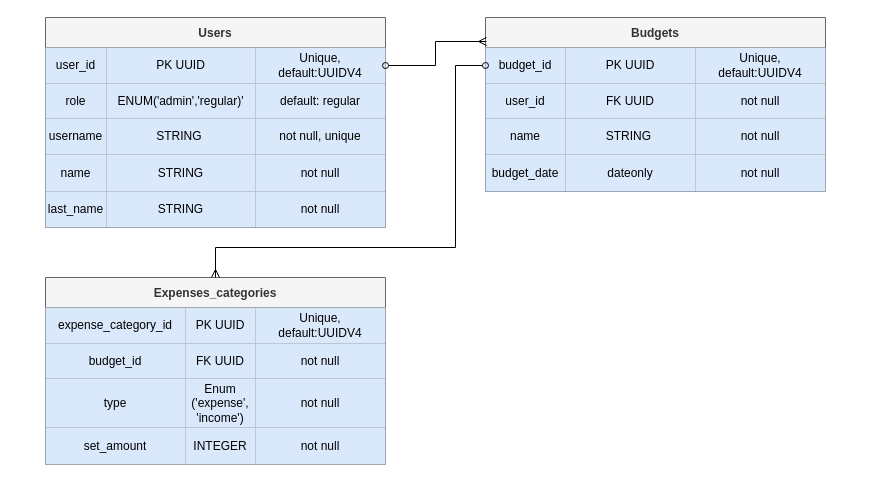
MgARL/the_budget_guru keeps this draw.io diagram as the_budger_guru_models.drawio. Above is the earlier version. Source tidied: cells renumbered, new cells numbered last; positions are measured from the earlier drawing's top-left corner, leaving out a move shared by most shapes. Both pictures are drawn from the tidied source at 100%, with x=0, y=0 at pixel (45, 17).
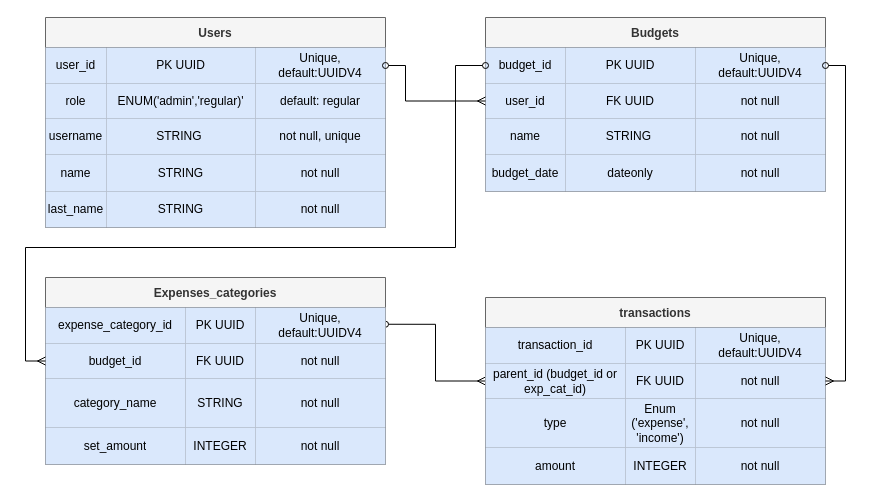
Above is the later version.

Commit message:
all 4 models diagrams

The change refers to these unchanged cells:
```xml
<mxCell id="3" style="shape=tableRow;horizontal=0;startSize=0;swimlaneHead=0;swimlaneBody=0;top=0;left=0;bottom=0;right=0;fillColor=none;points=[[0,0.5],[1,0.5]];portConstraint=eastwest;" parent="2" vertex="1">
  <mxGeometry y="30" width="340" height="36" as="geometry" />
</mxCell>
<mxCell id="23" value="Budgets" style="shape=table;startSize=30;childLayout=tableLayout;fontStyle=1;align=center;fillColor=#f5f5f5;fontColor=#333333;strokeColor=#666666;" parent="1" vertex="1">
  <mxGeometry x="440" width="340" height="174" as="geometry" />
</mxCell>
<mxCell id="24" style="shape=tableRow;horizontal=0;startSize=0;swimlaneHead=0;swimlaneBody=0;top=0;left=0;bottom=0;right=0;fillColor=none;points=[[0,0.5],[1,0.5]];portConstraint=eastwest;" parent="23" vertex="1">
  <mxGeometry y="30" width="340" height="36" as="geometry" />
</mxCell>
<mxCell id="28" style="shape=tableRow;horizontal=0;startSize=0;swimlaneHead=0;swimlaneBody=0;top=0;left=0;bottom=0;right=0;fillColor=none;points=[[0,0.5],[1,0.5]];portConstraint=eastwest;" parent="23" vertex="1">
  <mxGeometry y="66" width="340" height="35" as="geometry" />
</mxCell>
<mxCell id="41" value="Expenses_categories" style="shape=table;startSize=30;childLayout=tableLayout;fontStyle=1;align=center;fillColor=#f5f5f5;fontColor=#333333;strokeColor=#666666;" parent="1" vertex="1">
  <mxGeometry y="260" width="340" height="187" as="geometry" />
</mxCell>
<mxCell id="46" style="shape=tableRow;horizontal=0;startSize=0;swimlaneHead=0;swimlaneBody=0;top=0;left=0;bottom=0;right=0;fillColor=none;points=[[0,0.5],[1,0.5]];portConstraint=eastwest;" parent="41" vertex="1">
  <mxGeometry y="66" width="340" height="35" as="geometry" />
</mxCell>
<mxCell id="50" style="shape=tableRow;horizontal=0;startSize=0;swimlaneHead=0;swimlaneBody=0;top=0;left=0;bottom=0;right=0;fillColor=none;" parent="41" vertex="1">
  <mxGeometry y="101" width="340" height="49" as="geometry" />
</mxCell>
```

The edit, as a diff of the source:
```diff
@@
-    <mxCell id="40" style="edgeStyle=orthogonalEdgeStyle;rounded=0;jettySize=auto;html=1;entryX=0.003;entryY=0.138;entryDx=0;entryDy=0;entryPerimeter=0;startArrow=oval;startFill=0;endArrow=ERmany;endFill=0;" parent="1" edge="1" source="3" target="23">
-      <mxGeometry relative="1" as="geometry" />
+    <mxCell id="40" style="edgeStyle=orthogonalEdgeStyle;rounded=0;jettySize=auto;html=1;entryX=0;entryY=0.5;entryDx=0;entryDy=0;startArrow=oval;startFill=0;endArrow=ERmany;endFill=0;" parent="1" edge="1" source="3" target="28">
+      <mxGeometry relative="1" as="geometry">
+        <Array as="points">
+          <mxPoint x="360" y="48" />
+          <mxPoint x="360" y="84" />
+        </Array>
+      </mxGeometry>
     </mxCell>
+    <mxCell id="59" style="edgeStyle=orthogonalEdgeStyle;rounded=0;jettySize=auto;html=1;exitX=1;exitY=0.25;exitDx=0;exitDy=0;entryX=0;entryY=0.5;entryDx=0;entryDy=0;startArrow=oval;startFill=0;endArrow=ERmany;endFill=0;" parent="1" edge="1" source="41" target="65">
+      <mxGeometry relative="1" as="geometry" />
+    </mxCell>
@@
-    <mxCell id="51" value="type" style="shape=partialRectangle;html=1;whiteSpace=wrap;fillColor=#dae8fc;top=0;left=0;bottom=0;right=0;overflow=hidden;strokeColor=#6c8ebf;" parent="50" vertex="1">
+    <mxCell id="51" value="category_name" style="shape=partialRectangle;html=1;whiteSpace=wrap;fillColor=#dae8fc;top=0;left=0;bottom=0;right=0;overflow=hidden;strokeColor=#6c8ebf;" parent="50" vertex="1">
       <mxGeometry width="140" height="49" as="geometry" />
     </mxCell>
-    <mxCell id="52" value="Enum ('expense', 'income')" style="shape=partialRectangle;html=1;whiteSpace=wrap;fillColor=#dae8fc;top=0;left=0;bottom=0;right=0;overflow=hidden;strokeColor=#6c8ebf;" parent="50" vertex="1">
+    <mxCell id="52" value="STRING" style="shape=partialRectangle;html=1;whiteSpace=wrap;fillColor=#dae8fc;top=0;left=0;bottom=0;right=0;overflow=hidden;strokeColor=#6c8ebf;" parent="50" vertex="1">
       <mxGeometry x="140" width="70" height="49" as="geometry" />
     </mxCell>
@@
-    <mxCell id="58" style="edgeStyle=orthogonalEdgeStyle;rounded=0;jettySize=auto;html=1;startArrow=oval;startFill=0;endArrow=ERmany;endFill=0;" parent="1" edge="1" source="24" target="41">
+    <mxCell id="58" style="edgeStyle=orthogonalEdgeStyle;rounded=0;jettySize=auto;html=1;startArrow=oval;startFill=0;endArrow=ERmany;endFill=0;entryX=0;entryY=0.5;entryDx=0;entryDy=0;" parent="1" edge="1" source="24" target="46">
       <mxGeometry relative="1" as="geometry">
         <Array as="points">
           <mxPoint x="410" y="48" />
           <mxPoint x="410" y="230" />
-          <mxPoint x="170" y="230" />
+          <mxPoint x="-20" y="230" />
+          <mxPoint x="-20" y="344" />
         </Array>
       </mxGeometry>
     </mxCell>
+    <mxCell id="60" value="transactions" style="shape=table;startSize=30;childLayout=tableLayout;fontStyle=1;align=center;fillColor=#f5f5f5;fontColor=#333333;strokeColor=#666666;" parent="1" vertex="1">
+      <mxGeometry x="440" y="280" width="340" height="187" as="geometry" />
+    </mxCell>
+    <mxCell id="61" style="shape=tableRow;horizontal=0;startSize=0;swimlaneHead=0;swimlaneBody=0;top=0;left=0;bottom=0;right=0;fillColor=none;" parent="60" vertex="1">
+      <mxGeometry y="30" width="340" height="36" as="geometry" />
+    </mxCell>
+    <mxCell id="62" value="transaction_id" style="shape=partialRectangle;html=1;whiteSpace=wrap;fillColor=#dae8fc;top=0;left=0;bottom=0;right=0;overflow=hidden;strokeColor=#6c8ebf;" parent="61" vertex="1">
+      <mxGeometry width="140" height="36" as="geometry" />
+    </mxCell>
+    <mxCell id="63" value="PK UUID" style="shape=partialRectangle;html=1;whiteSpace=wrap;fillColor=#dae8fc;top=0;left=0;bottom=0;right=0;overflow=hidden;strokeColor=#6c8ebf;" parent="61" vertex="1">
+      <mxGeometry x="140" width="70" height="36" as="geometry" />
+    </mxCell>
+    <mxCell id="64" value="Unique, default:UUIDV4" style="shape=partialRectangle;html=1;whiteSpace=wrap;fillColor=#dae8fc;top=0;left=0;bottom=0;right=0;overflow=hidden;strokeColor=#6c8ebf;" parent="61" vertex="1">
+      <mxGeometry x="210" width="130" height="36" as="geometry" />
+    </mxCell>
+    <mxCell id="65" style="shape=tableRow;horizontal=0;startSize=0;swimlaneHead=0;swimlaneBody=0;top=0;left=0;bottom=0;right=0;fillColor=none;points=[[0,0.5],[1,0.5]];portConstraint=eastwest;" parent="60" vertex="1">
+      <mxGeometry y="66" width="340" height="35" as="geometry" />
+    </mxCell>
+    <mxCell id="66" value="&lt;div&gt;parent_id (budget_id or exp_cat_id)&lt;br&gt;&lt;/div&gt;" style="shape=partialRectangle;html=1;whiteSpace=wrap;fillColor=#dae8fc;top=0;left=0;bottom=0;right=0;overflow=hidden;strokeColor=#6c8ebf;" parent="65" vertex="1">
+      <mxGeometry width="140" height="35" as="geometry" />
+    </mxCell>
+    <mxCell id="67" value="FK UUID" style="shape=partialRectangle;html=1;whiteSpace=wrap;fillColor=#dae8fc;top=0;left=0;bottom=0;right=0;overflow=hidden;strokeColor=#6c8ebf;" parent="65" vertex="1">
+      <mxGeometry x="140" width="70" height="35" as="geometry" />
+    </mxCell>
+    <mxCell id="68" value="not null" style="shape=partialRectangle;html=1;whiteSpace=wrap;fillColor=#dae8fc;top=0;left=0;bottom=0;right=0;overflow=hidden;strokeColor=#6c8ebf;" parent="65" vertex="1">
+      <mxGeometry x="210" width="130" height="35" as="geometry" />
+    </mxCell>
+    <mxCell id="69" style="shape=tableRow;horizontal=0;startSize=0;swimlaneHead=0;swimlaneBody=0;top=0;left=0;bottom=0;right=0;fillColor=none;" parent="60" vertex="1">
+      <mxGeometry y="101" width="340" height="49" as="geometry" />
+    </mxCell>
+    <mxCell id="70" value="type" style="shape=partialRectangle;html=1;whiteSpace=wrap;fillColor=#dae8fc;top=0;left=0;bottom=0;right=0;overflow=hidden;strokeColor=#6c8ebf;" parent="69" vertex="1">
+      <mxGeometry width="140" height="49" as="geometry" />
+    </mxCell>
+    <mxCell id="71" value="Enum ('expense', 'income')" style="shape=partialRectangle;html=1;whiteSpace=wrap;fillColor=#dae8fc;top=0;left=0;bottom=0;right=0;overflow=hidden;strokeColor=#6c8ebf;" parent="69" vertex="1">
+      <mxGeometry x="140" width="70" height="49" as="geometry" />
+    </mxCell>
+    <mxCell id="72" value="not null" style="shape=partialRectangle;html=1;whiteSpace=wrap;fillColor=#dae8fc;top=0;left=0;bottom=0;right=0;overflow=hidden;strokeColor=#6c8ebf;" parent="69" vertex="1">
+      <mxGeometry x="210" width="130" height="49" as="geometry" />
+    </mxCell>
+    <mxCell id="73" style="shape=tableRow;horizontal=0;startSize=0;swimlaneHead=0;swimlaneBody=0;top=0;left=0;bottom=0;right=0;fillColor=none;" parent="60" vertex="1">
+      <mxGeometry y="150" width="340" height="37" as="geometry" />
+    </mxCell>
+    <mxCell id="74" value="amount" style="shape=partialRectangle;html=1;whiteSpace=wrap;fillColor=#dae8fc;top=0;left=0;bottom=0;right=0;overflow=hidden;strokeColor=#6c8ebf;" parent="73" vertex="1">
+      <mxGeometry width="140" height="37" as="geometry" />
+    </mxCell>
+    <mxCell id="75" value="INTEGER" style="shape=partialRectangle;html=1;whiteSpace=wrap;fillColor=#dae8fc;top=0;left=0;bottom=0;right=0;overflow=hidden;strokeColor=#6c8ebf;" parent="73" vertex="1">
+      <mxGeometry x="140" width="70" height="37" as="geometry" />
+    </mxCell>
+    <mxCell id="76" value="not null" style="shape=partialRectangle;html=1;whiteSpace=wrap;fillColor=#dae8fc;top=0;left=0;bottom=0;right=0;overflow=hidden;strokeColor=#6c8ebf;" parent="73" vertex="1">
+      <mxGeometry x="210" width="130" height="37" as="geometry" />
+    </mxCell>
+    <mxCell id="77" style="edgeStyle=orthogonalEdgeStyle;rounded=0;jettySize=auto;html=1;exitX=1;exitY=0.5;exitDx=0;exitDy=0;startArrow=oval;startFill=0;endArrow=ERmany;endFill=0;" parent="1" edge="1" source="24" target="65">
+      <mxGeometry relative="1" as="geometry" />
+    </mxCell>
```
